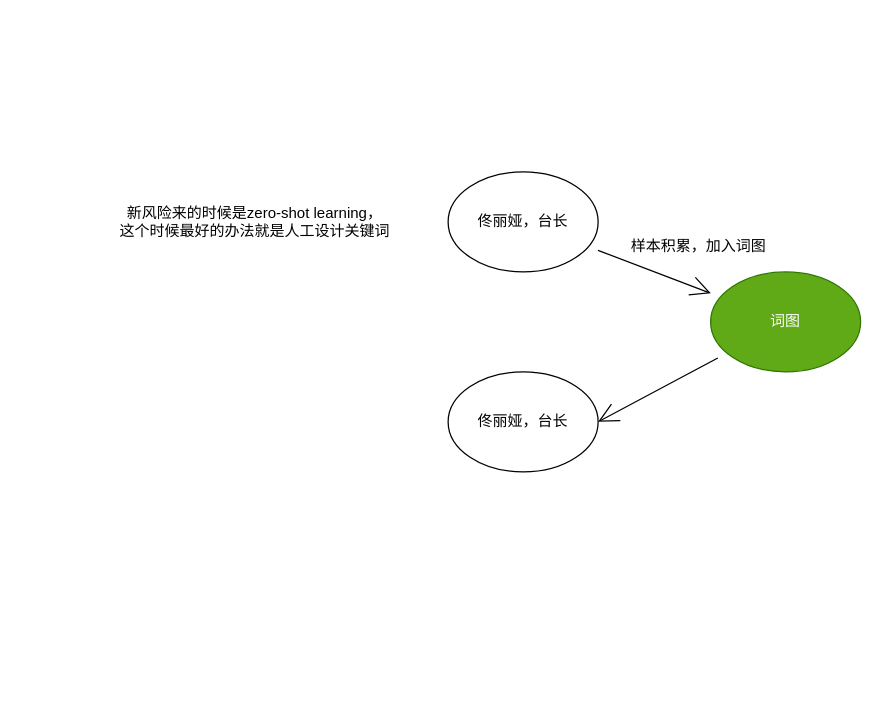
Before: 内容安全.drawio in fpcsong/diagram, a draw.io diagram. Source tidied: cells renumbered, new cells numbered last; positions are measured from the earlier drawing's top-left corner, leaving out a move shared by most shapes. Both pictures are drawn from the tidied source at 125%, with x=0, y=0 at pixel (110, 171).
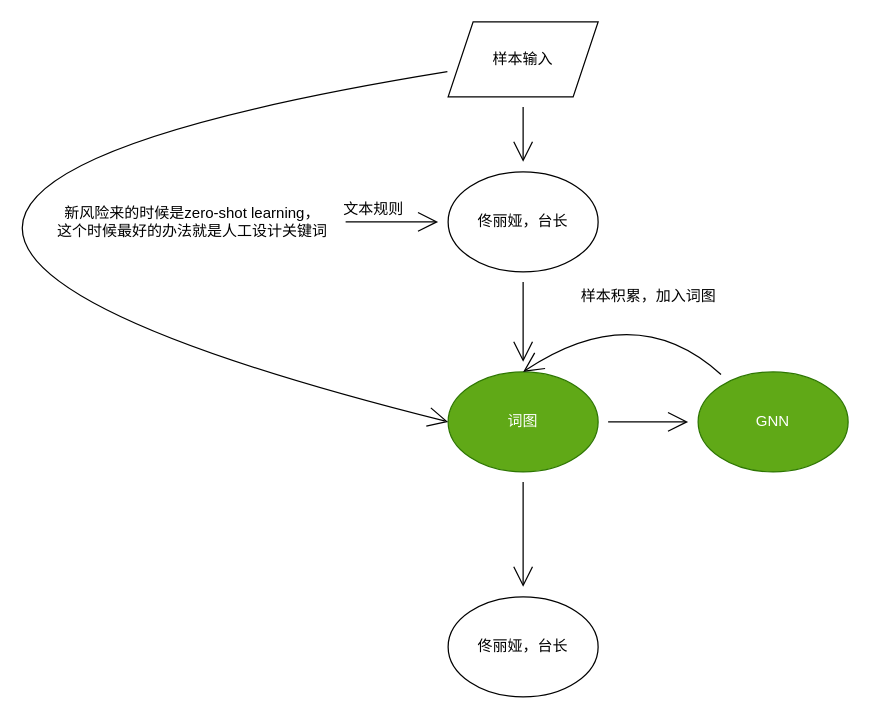
The same page after the edit.

Diff of the diagram source:
```diff
@@
 <mxGraphModel>
   <root>
     <mxCell id="0" />
     <mxCell id="1" parent="0" />
     <mxCell id="2" style="edgeStyle=none;curved=1;rounded=0;jettySize=auto;html=1;endArrow=open;startSize=14;endSize=14;sourcePerimeterSpacing=8;targetPerimeterSpacing=8;" parent="1" edge="1" source="3" target="8">
       <mxGeometry relative="1" as="geometry" />
     </mxCell>
     <mxCell id="3" value="佟丽娅，台长" style="ellipse;whiteSpace=wrap;html=1;hachureGap=4;" parent="1" vertex="1">
       <mxGeometry x="270" width="120" height="80" as="geometry" />
     </mxCell>
+    <mxCell id="9" style="edgeStyle=none;curved=1;rounded=0;jettySize=auto;html=1;endArrow=open;startSize=14;endSize=14;sourcePerimeterSpacing=8;targetPerimeterSpacing=8;" parent="1" edge="1" source="4" target="3">
+      <mxGeometry relative="1" as="geometry" />
+    </mxCell>
     <mxCell id="4" value="新风险来的时候是zero-shot learning，&lt;br&gt;这个时候最好的办法就是人工设计关键词" style="text;html=1;align=center;verticalAlign=middle;points=[];strokeColor=none;fillColor=none;" parent="1" vertex="1">
-      <mxGeometry y="25" width="230" height="30" as="geometry" />
+      <mxGeometry x="-50" y="25" width="230" height="30" as="geometry" />
     </mxCell>
     <mxCell id="5" value="佟丽娅，台长" style="ellipse;whiteSpace=wrap;html=1;hachureGap=4;" parent="1" vertex="1">
-      <mxGeometry x="270" y="160" width="120" height="80" as="geometry" />
+      <mxGeometry x="270" y="340" width="120" height="80" as="geometry" />
     </mxCell>
     <mxCell id="6" value="样本积累，加入词图" style="text;html=1;align=center;verticalAlign=middle;strokeColor=none;fillColor=none;" parent="1" vertex="1">
-      <mxGeometry x="410" y="50" width="120" height="20" as="geometry" />
+      <mxGeometry x="370" y="90" width="120" height="20" as="geometry" />
     </mxCell>
-    <mxCell id="7" style="edgeStyle=none;curved=1;rounded=0;jettySize=auto;html=1;entryX=1;entryY=0.5;entryDx=0;entryDy=0;endArrow=open;startSize=14;endSize=14;sourcePerimeterSpacing=8;targetPerimeterSpacing=8;" parent="1" edge="1" source="8" target="5">
+    <mxCell id="7" style="edgeStyle=none;curved=1;rounded=0;jettySize=auto;html=1;endArrow=open;startSize=14;endSize=14;sourcePerimeterSpacing=8;targetPerimeterSpacing=8;" parent="1" edge="1" source="8" target="5">
       <mxGeometry relative="1" as="geometry" />
     </mxCell>
+    <mxCell id="10" style="edgeStyle=none;curved=1;rounded=0;jettySize=auto;html=1;endArrow=open;startSize=14;endSize=14;sourcePerimeterSpacing=8;targetPerimeterSpacing=8;" parent="1" edge="1" source="8" target="12">
+      <mxGeometry relative="1" as="geometry" />
+    </mxCell>
     <mxCell id="8" value="词图" style="ellipse;whiteSpace=wrap;html=1;hachureGap=4;fillColor=#60a917;strokeColor=#2D7600;fontColor=#ffffff;" parent="1" vertex="1">
-      <mxGeometry x="480" y="80" width="120" height="80" as="geometry" />
+      <mxGeometry x="270" y="160" width="120" height="80" as="geometry" />
     </mxCell>
+    <mxCell id="11" style="edgeStyle=none;curved=1;rounded=0;jettySize=auto;html=1;entryX=0.5;entryY=0;entryDx=0;entryDy=0;endArrow=open;startSize=14;endSize=14;sourcePerimeterSpacing=8;targetPerimeterSpacing=8;" parent="1" edge="1" source="12" target="8">
+      <mxGeometry relative="1" as="geometry">
+        <Array as="points">
+          <mxPoint x="420" y="100" />
+        </Array>
+      </mxGeometry>
+    </mxCell>
+    <mxCell id="12" value="GNN" style="ellipse;whiteSpace=wrap;html=1;hachureGap=4;fillColor=#60a917;strokeColor=#2D7600;fontColor=#ffffff;" parent="1" vertex="1">
+      <mxGeometry x="470" y="160" width="120" height="80" as="geometry" />
+    </mxCell>
+    <mxCell id="13" style="edgeStyle=none;curved=1;rounded=0;jettySize=auto;html=1;endArrow=open;startSize=14;endSize=14;sourcePerimeterSpacing=8;targetPerimeterSpacing=8;" parent="1" edge="1" source="15" target="3">
+      <mxGeometry relative="1" as="geometry" />
+    </mxCell>
+    <mxCell id="14" style="edgeStyle=none;curved=1;rounded=0;jettySize=auto;html=1;entryX=0;entryY=0.5;entryDx=0;entryDy=0;endArrow=open;startSize=14;endSize=14;sourcePerimeterSpacing=8;targetPerimeterSpacing=8;" parent="1" edge="1" source="15" target="8">
+      <mxGeometry relative="1" as="geometry">
+        <Array as="points">
+          <mxPoint x="-410" y="30" />
+        </Array>
+      </mxGeometry>
+    </mxCell>
+    <mxCell id="15" value="样本输入" style="shape=parallelogram;perimeter=parallelogramPerimeter;whiteSpace=wrap;html=1;fixedSize=1;hachureGap=4;" parent="1" vertex="1">
+      <mxGeometry x="270" y="-120" width="120" height="60" as="geometry" />
+    </mxCell>
+    <mxCell id="16" value="文本规则" style="text;html=1;align=center;verticalAlign=middle;strokeColor=none;fillColor=none;" parent="1" vertex="1">
+      <mxGeometry x="180" y="20" width="60" height="20" as="geometry" />
+    </mxCell>
   </root>
 </mxGraphModel>
```
